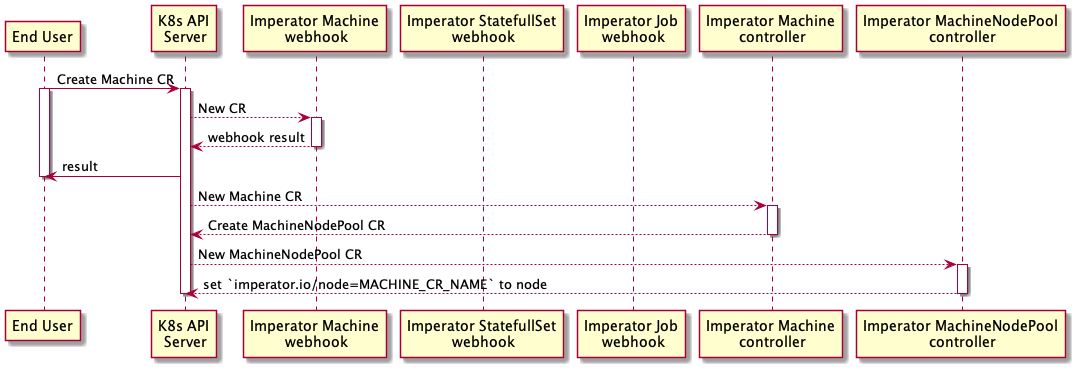
The PlantUML diagram docs/v1alpha1-sequence.png in tenzen-y/imperator, before a commit.
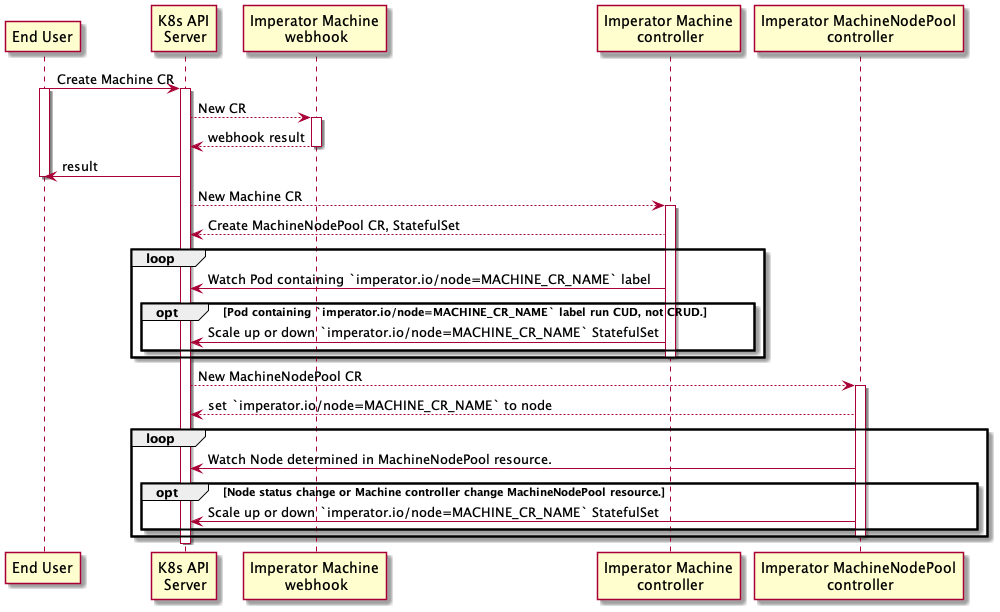
The same file after the commit.

What changed in the source:
```diff
@@ -3,8 +3,6 @@
 participant "End User" as User order 1
 participant "K8s API\n Server" as APIServer order 2
 participant "Imperator Machine\n webhook" as MachineWebhook order 3
-participant "Imperator StatefullSet\n webhook" as STWebhook order 4
-participant "Imperator Job\n webhook" as Webhook order 5
 participant "Imperator Machine\n controller" as MachineController order 6
 participant "Imperator MachineNodePool\n controller" as MachineNodePoolController order 8
 
@@ -24,16 +22,28 @@
 APIServer --> MachineController: New Machine CR
 activate MachineController
 
-MachineController --> APIServer: Create MachineNodePool CR
-deactivate MachineController
+MachineController --> APIServer: Create MachineNodePool CR, StatefulSet
+
+loop
+  MachineController -> APIServer: Watch Pod containing `imperator.io/node=MACHINE_CR_NAME` label
+  opt Pod containing `imperator.io/node=MACHINE_CR_NAME` label run CUD, not CRUD.
+    MachineController -> APIServer: Scale up or down `imperator.io/node=MACHINE_CR_NAME` StatefulSet
+  end
+  deactivate MachineController
+end
 
 APIServer --> MachineNodePoolController: New MachineNodePool CR
 activate MachineNodePoolController
 
 MachineNodePoolController --> APIServer: set `imperator.io/node=MACHINE_CR_NAME` to node
-deactivate MachineNodePoolController
 
-
+loop
+  MachineNodePoolController -> APIServer: Watch Node determined in MachineNodePool resource.
+  opt Node status change or Machine controller change MachineNodePool resource.
+    MachineNodePoolController -> APIServer: Scale up or down `imperator.io/node=MACHINE_CR_NAME` StatefulSet
+  end
+  deactivate MachineNodePoolController
+end
 
 deactivate APIServer
 
```
